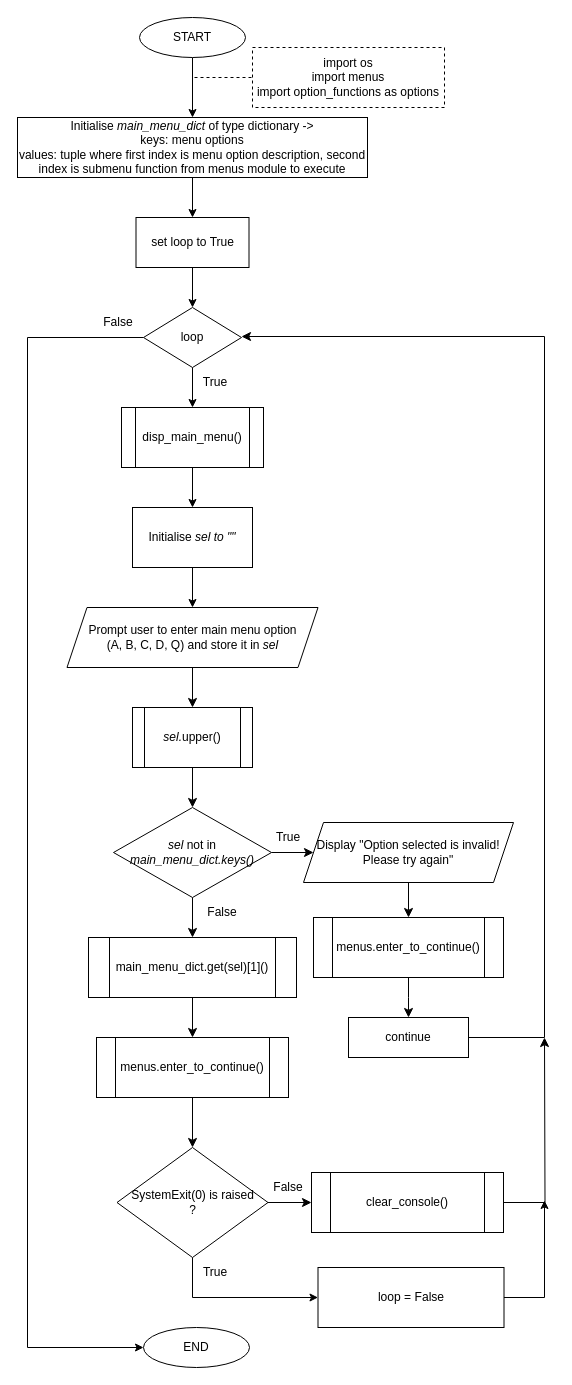
Earlier version of the draw.io diagram Flow Charts/main.drawio (SNGTech/CPPSProject). Source tidied: cells renumbered, new cells numbered last; positions are measured from the earlier drawing's top-left corner, leaving out a move shared by most shapes. Both pictures are drawn from the tidied source at 100%, with x=0, y=0 at pixel (17, 17).
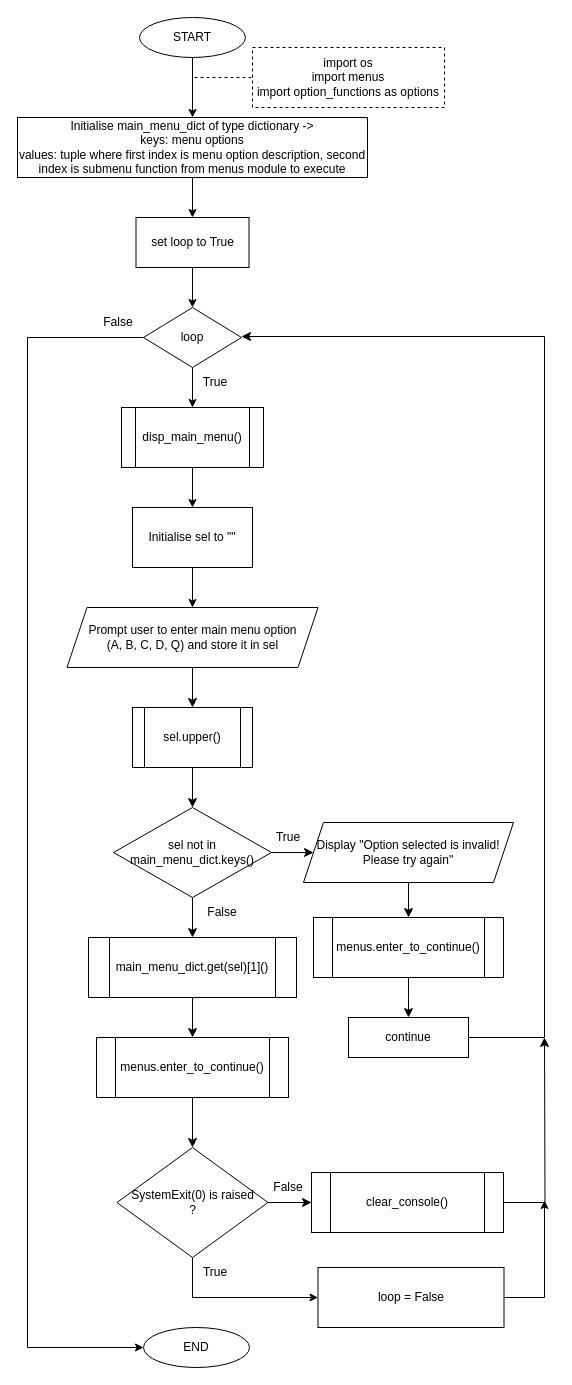
The same diagram, later.

Change to the diagram source:
```diff
@@
-    <mxCell id="5" value="Initialise &lt;i&gt;main_menu_dict&lt;/i&gt;&amp;nbsp;of type dictionary -&amp;gt; &lt;br&gt;keys: menu options&lt;br&gt;values: tuple where first index is menu option description, second index is submenu function from menus module to execute" style="whiteSpace=wrap;html=1;rounded=0;" parent="1" vertex="1">
+    <mxCell id="5" value="Initialise main_menu_dict&amp;nbsp;of type dictionary -&amp;gt; &lt;br&gt;keys: menu options&lt;br&gt;values: tuple where first index is menu option description, second index is submenu function from menus module to execute" style="whiteSpace=wrap;html=1;rounded=0;" parent="1" vertex="1">
       <mxGeometry y="100" width="350" height="60" as="geometry" />
     </mxCell>
@@
-    <mxCell id="14" value="Prompt user to enter main menu option &lt;br&gt;(A, B, C, D, Q) and store it in &lt;i style=&quot;font-size: 12px;&quot;&gt;sel&lt;/i&gt;" style="shape=parallelogram;perimeter=parallelogramPerimeter;html=1;fixedSize=1;rounded=0;sketch=0;align=center;horizontal=1;whiteSpace=wrap;fontSize=12;" parent="1" vertex="1">
+    <mxCell id="14" value="Prompt user to enter main menu option &lt;br&gt;(A, B, C, D, Q) and store it in &lt;span style=&quot;font-size: 12px;&quot;&gt;sel&lt;/span&gt;" style="shape=parallelogram;perimeter=parallelogramPerimeter;html=1;fixedSize=1;rounded=0;sketch=0;align=center;horizontal=1;whiteSpace=wrap;fontSize=12;" parent="1" vertex="1">
       <mxGeometry x="49.5" y="590" width="251" height="60" as="geometry" />
     </mxCell>
@@
-    <mxCell id="16" value="Initialise &lt;i&gt;sel to &quot;&quot;&lt;/i&gt;" style="rounded=0;whiteSpace=wrap;html=1;" parent="1" vertex="1">
+    <mxCell id="16" value="Initialise sel to &quot;&quot;" style="rounded=0;whiteSpace=wrap;html=1;" parent="1" vertex="1">
       <mxGeometry x="115" y="490" width="120" height="60" as="geometry" />
     </mxCell>
@@
-    <mxCell id="20" value="&lt;i&gt;sel.&lt;/i&gt;upper()" style="shape=process;whiteSpace=wrap;html=1;backgroundOutline=1;rounded=0;glass=0;sketch=0;fontSize=12;" parent="1" vertex="1">
+    <mxCell id="20" value="sel&lt;i&gt;.&lt;/i&gt;upper()" style="shape=process;whiteSpace=wrap;html=1;backgroundOutline=1;rounded=0;glass=0;sketch=0;fontSize=12;" parent="1" vertex="1">
       <mxGeometry x="115" y="690" width="120" height="60" as="geometry" />
     </mxCell>
@@
-    <mxCell id="23" value="&lt;i&gt;sel&lt;/i&gt;&amp;nbsp;not in &lt;i&gt;main_menu_dict.keys()&lt;/i&gt;" style="rhombus;whiteSpace=wrap;html=1;rounded=0;glass=0;sketch=0;fontSize=12;" parent="1" vertex="1">
+    <mxCell id="23" value="sel&amp;nbsp;not in main_menu_dict.keys()" style="rhombus;whiteSpace=wrap;html=1;rounded=0;glass=0;sketch=0;fontSize=12;" parent="1" vertex="1">
       <mxGeometry x="96" y="790" width="158" height="90" as="geometry" />
     </mxCell>
```
